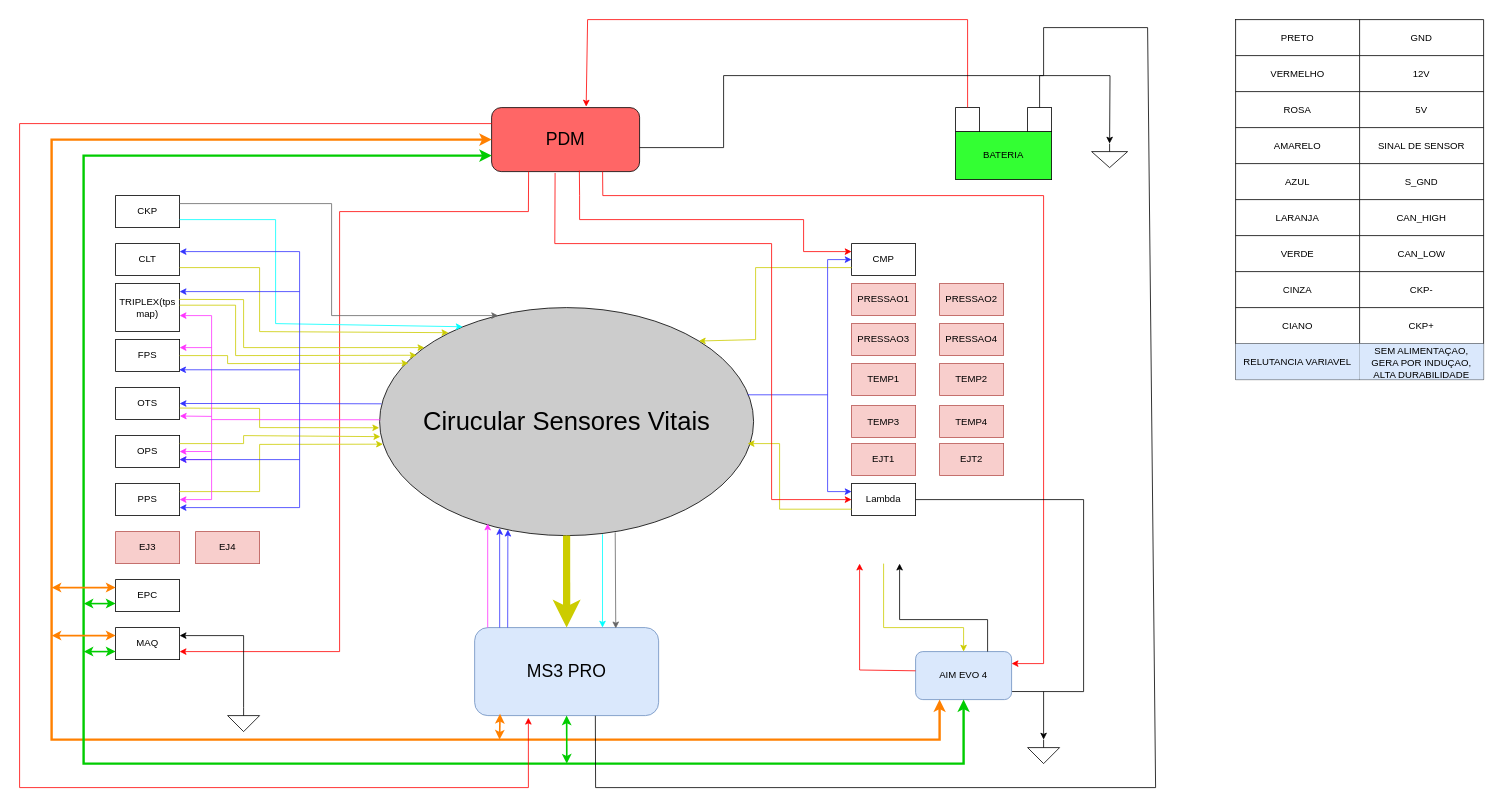
Above: MalhaSensores_Mesa.drawio in tutorres/FormulaMM (draw.io), before the change. Source tidied: cells renumbered, new cells numbered last; positions are measured from the earlier drawing's top-left corner, leaving out a move shared by most shapes. Both pictures are drawn from the tidied source at 80%, with x=0, y=0 at pixel (19, 19).
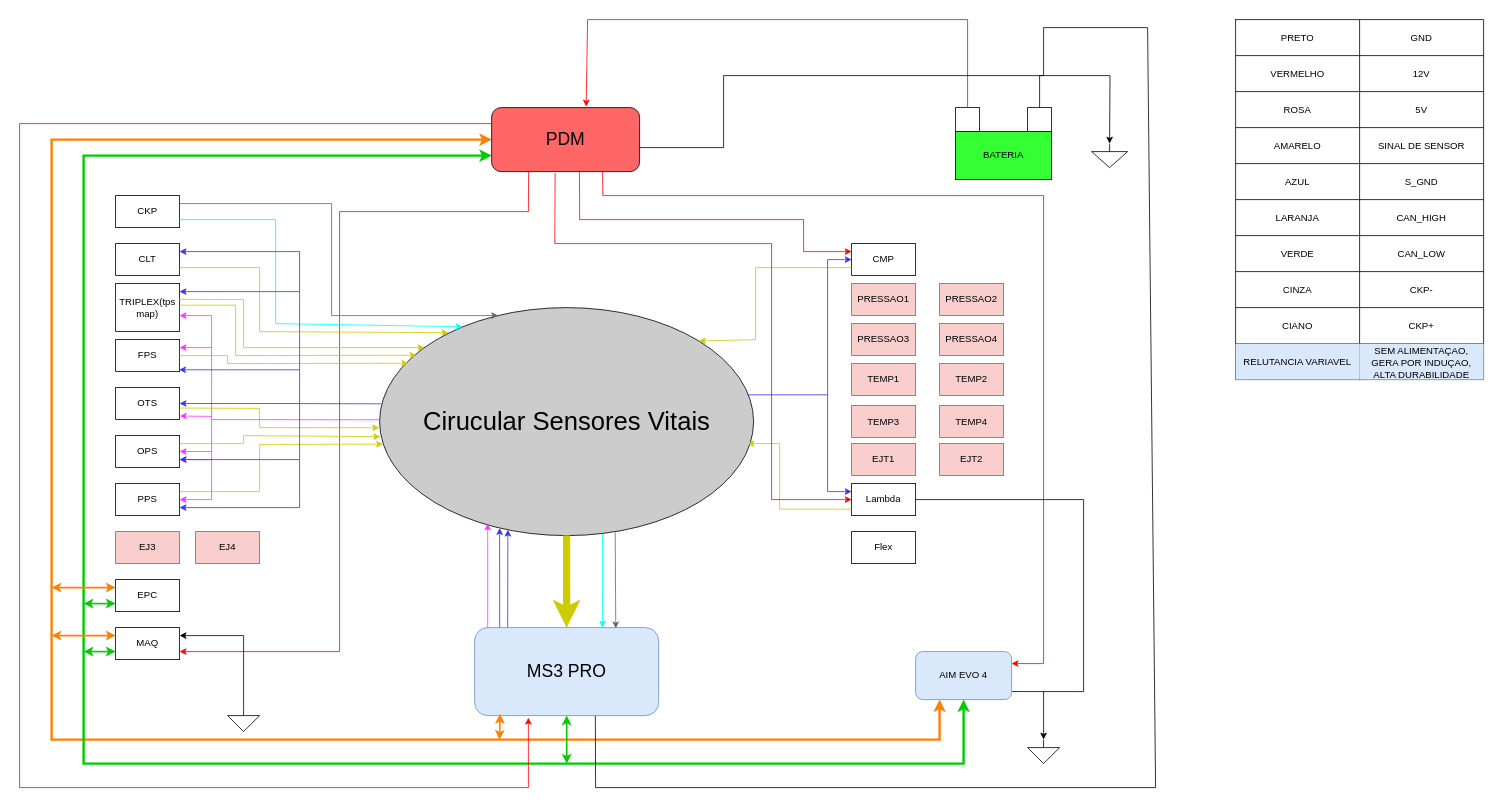
After the change.

The change refers to these unchanged cells:
```xml
<mxCell id="9" value="AIM EVO 4" style="rounded=1;whiteSpace=wrap;html=1;fillColor=#dae8fc;strokeColor=#6c8ebf;" parent="1" vertex="1">
  <mxGeometry x="1120" y="790" width="120" height="60" as="geometry" />
</mxCell>
<mxCell id="10" value="&lt;font style=&quot;font-size: 22px;&quot;&gt;MS3 PRO&lt;/font&gt;" style="rounded=1;whiteSpace=wrap;html=1;fillColor=#dae8fc;strokeColor=#6c8ebf;" parent="1" vertex="1">
  <mxGeometry x="568.8" y="760" width="230" height="110" as="geometry" />
</mxCell>
<mxCell id="11" value="&lt;font style=&quot;font-size: 32px;&quot;&gt;Cirucular Sensores Vitais&lt;/font&gt;" style="ellipse;whiteSpace=wrap;html=1;fillColor=#CCCCCC;" parent="1" vertex="1">
  <mxGeometry x="450" y="360" width="467.5" height="285" as="geometry" />
</mxCell>
```

Diff of the diagram source:
```diff
@@
+    <mxCell id="132" style="edgeStyle=orthogonalEdgeStyle;rounded=0;jettySize=auto;html=1;" parent="1" edge="1" source="10" target="11">
+      <mxGeometry relative="1" as="geometry" />
+    </mxCell>
@@
-    <mxCell id="76" style="endArrow=classic;html=1;rounded=0;exitX=0.75;exitY=0;exitDx=0;exitDy=0;entryX=0.75;entryY=1;entryDx=0;entryDy=0;strokeColor=#000000;" parent="1" edge="1" source="9">
-      <mxGeometry relative="1" as="geometry">
-        <mxPoint x="1100" y="680" as="targetPoint" />
-        <Array as="points">
-          <mxPoint x="1210" y="750" />
-          <mxPoint x="1100" y="750" />
-        </Array>
-      </mxGeometry>
-    </mxCell>
-    <mxCell id="77" style="endArrow=classic;html=1;rounded=0;entryX=0.5;entryY=0;entryDx=0;entryDy=0;exitX=0.5;exitY=1;exitDx=0;exitDy=0;strokeColor=#CCCC00;" parent="1" edge="1" target="9">
-      <mxGeometry relative="1" as="geometry">
-        <mxPoint x="1080" y="680" as="sourcePoint" />
-        <Array as="points">
-          <mxPoint x="1080" y="760" />
-          <mxPoint x="1180" y="760" />
-        </Array>
-      </mxGeometry>
-    </mxCell>
-    <mxCell id="78" style="endArrow=classic;html=1;rounded=0;strokeColor=#FF0000;" parent="1" edge="1">
-      <mxGeometry relative="1" as="geometry">
-        <mxPoint x="1120" y="814" as="sourcePoint" />
-        <mxPoint x="1050" y="680" as="targetPoint" />
-        <Array as="points">
-          <mxPoint x="1050" y="813" />
-        </Array>
-      </mxGeometry>
-    </mxCell>
@@
+    <mxCell id="133" value="Flex" style="rounded=0;whiteSpace=wrap;html=1;" parent="1" vertex="1">
+      <mxGeometry x="1040" y="640" width="80" height="40" as="geometry" />
+    </mxCell>
```
